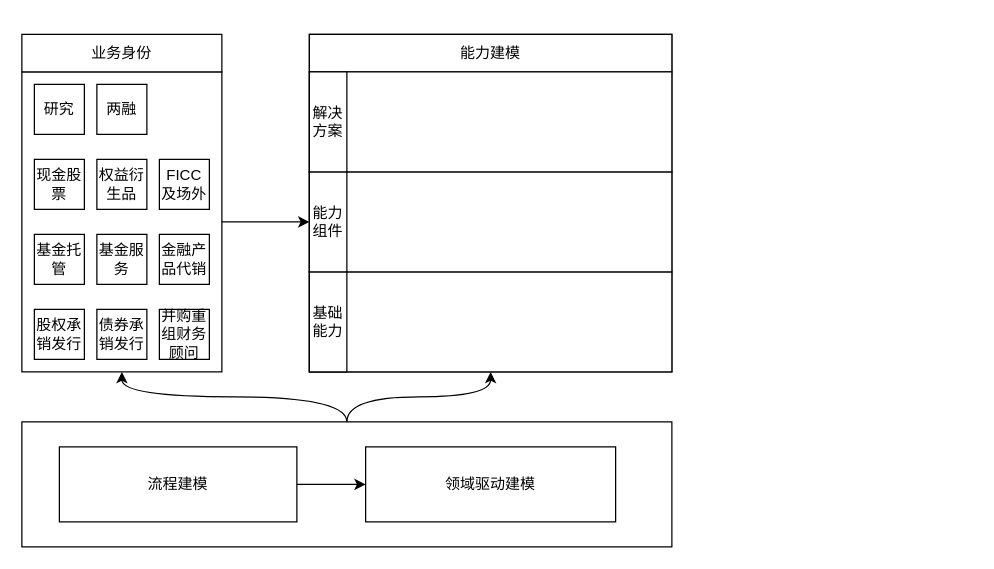
Earlier version of the draw.io diagram 机构业务MEAF全图.drawio (JJFatherL/shuzhuantu). Source tidied: cells renumbered, new cells numbered last; positions are measured from the earlier drawing's top-left corner, leaving out a move shared by most shapes. Both pictures are drawn from the tidied source at 125%, with x=0, y=0 at pixel (21, 34).
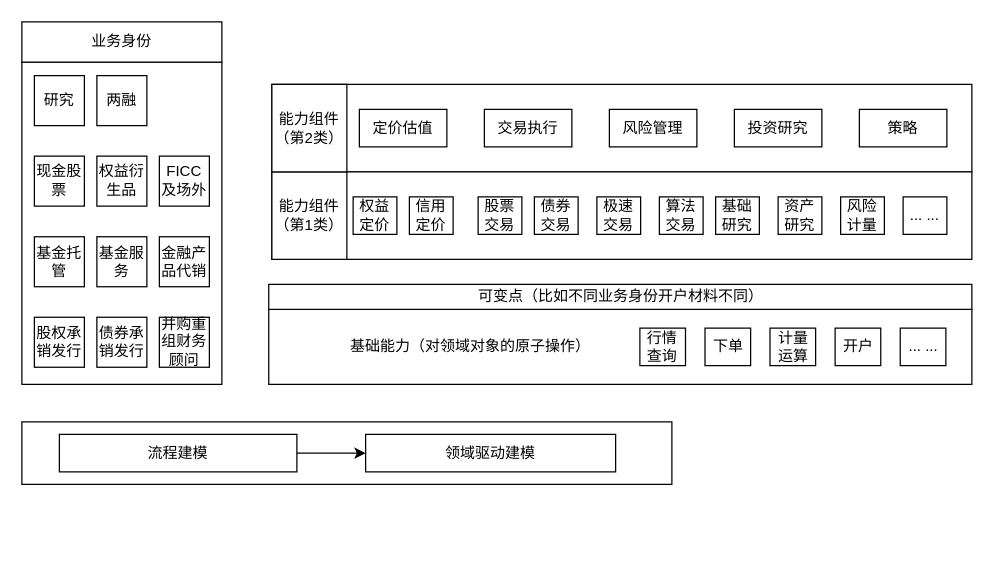
Above is the later version.

Commit message (it also covers changes not shown here):
更新机构业务MEAF全图.drawio

What changed in the source:
```diff
@@
-    <mxCell id="2" style="edgeStyle=orthogonalEdgeStyle;curved=1;rounded=0;jettySize=auto;html=1;exitX=1;exitY=0.5;exitDx=0;exitDy=0;entryX=0;entryY=0.5;entryDx=0;entryDy=0;" parent="1" edge="1" source="3" target="22">
-      <mxGeometry relative="1" as="geometry" />
-    </mxCell>
+    <mxCell id="31" style="rounded=0;whiteSpace=wrap;html=1;" parent="1" vertex="1">
+      <mxGeometry x="200" y="40" width="560" height="70" as="geometry" />
+    </mxCell>
+    <mxCell id="32" style="rounded=0;whiteSpace=wrap;html=1;" parent="1" vertex="1">
+      <mxGeometry x="200" y="110" width="560" height="70" as="geometry" />
+    </mxCell>
+    <mxCell id="24" style="group;" parent="1" vertex="1">
+      <mxGeometry y="310" width="520" height="50" as="geometry" />
+    </mxCell>
+    <mxCell id="25" style="rounded=0;whiteSpace=wrap;html=1;" parent="24" vertex="1">
+      <mxGeometry width="520" height="50" as="geometry" />
+    </mxCell>
+    <mxCell id="26" value="流程建模" style="rounded=0;whiteSpace=wrap;html=1;" parent="24" vertex="1">
+      <mxGeometry x="30" y="10" width="190" height="30" as="geometry" />
+    </mxCell>
+    <mxCell id="27" value="领域驱动建模" style="rounded=0;whiteSpace=wrap;html=1;" parent="24" vertex="1">
+      <mxGeometry x="275" y="10" width="200" height="30" as="geometry" />
+    </mxCell>
+    <mxCell id="28" style="edgeStyle=orthogonalEdgeStyle;curved=1;rounded=0;jettySize=auto;html=1;exitX=1;exitY=0.5;exitDx=0;exitDy=0;entryX=0;entryY=0.5;entryDx=0;entryDy=0;" parent="24" edge="1" source="26" target="27">
+      <mxGeometry relative="1" as="geometry" />
+    </mxCell>
+    <mxCell id="33" value="定价估值" style="rounded=0;whiteSpace=wrap;html=1;" parent="1" vertex="1">
+      <mxGeometry x="270" y="60" width="70" height="30" as="geometry" />
+    </mxCell>
+    <mxCell id="34" value="交易执行" style="rounded=0;whiteSpace=wrap;html=1;" parent="1" vertex="1">
+      <mxGeometry x="370" y="60" width="70" height="30" as="geometry" />
+    </mxCell>
+    <mxCell id="35" value="风险管理" style="rounded=0;whiteSpace=wrap;html=1;" parent="1" vertex="1">
+      <mxGeometry x="470" y="60" width="70" height="30" as="geometry" />
+    </mxCell>
+    <mxCell id="36" value="投资研究" style="rounded=0;whiteSpace=wrap;html=1;" parent="1" vertex="1">
+      <mxGeometry x="570" y="60" width="70" height="30" as="geometry" />
+    </mxCell>
+    <mxCell id="37" value="权益定价" style="rounded=0;whiteSpace=wrap;html=1;" parent="1" vertex="1">
+      <mxGeometry x="265" y="130" width="35" height="30" as="geometry" />
+    </mxCell>
+    <mxCell id="38" value="信用定价" style="rounded=0;whiteSpace=wrap;html=1;" parent="1" vertex="1">
+      <mxGeometry x="310" y="130" width="35" height="30" as="geometry" />
+    </mxCell>
+    <mxCell id="39" value="股票交易" style="rounded=0;whiteSpace=wrap;html=1;" parent="1" vertex="1">
+      <mxGeometry x="365" y="130" width="35" height="30" as="geometry" />
+    </mxCell>
+    <mxCell id="40" value="债券交易" style="rounded=0;whiteSpace=wrap;html=1;" parent="1" vertex="1">
+      <mxGeometry x="410" y="130" width="35" height="30" as="geometry" />
+    </mxCell>
+    <mxCell id="41" value="极速交易" style="rounded=0;whiteSpace=wrap;html=1;" parent="1" vertex="1">
+      <mxGeometry x="460" y="130" width="35" height="30" as="geometry" />
+    </mxCell>
+    <mxCell id="42" value="算法交易" style="rounded=0;whiteSpace=wrap;html=1;" parent="1" vertex="1">
+      <mxGeometry x="510" y="130" width="35" height="30" as="geometry" />
+    </mxCell>
+    <mxCell id="43" value="策略" style="rounded=0;whiteSpace=wrap;html=1;" parent="1" vertex="1">
+      <mxGeometry x="670" y="60" width="70" height="30" as="geometry" />
+    </mxCell>
+    <mxCell id="44" value="基础研究" style="rounded=0;whiteSpace=wrap;html=1;" parent="1" vertex="1">
+      <mxGeometry x="555" y="130" width="35" height="30" as="geometry" />
+    </mxCell>
+    <mxCell id="45" value="资产研究" style="rounded=0;whiteSpace=wrap;html=1;" parent="1" vertex="1">
+      <mxGeometry x="605" y="130" width="35" height="30" as="geometry" />
+    </mxCell>
+    <mxCell id="46" value="风险计量" style="rounded=0;whiteSpace=wrap;html=1;" parent="1" vertex="1">
+      <mxGeometry x="655" y="130" width="35" height="30" as="geometry" />
+    </mxCell>
+    <mxCell id="47" value="... ..." style="rounded=0;whiteSpace=wrap;html=1;" parent="1" vertex="1">
+      <mxGeometry x="705" y="130" width="35" height="30" as="geometry" />
+    </mxCell>
+    <mxCell id="48" style="group;" parent="1" vertex="1">
+      <mxGeometry x="197.5" y="220" width="562.5" height="60" as="geometry" />
+    </mxCell>
+    <mxCell id="49" style="rounded=0;whiteSpace=wrap;html=1;" parent="48" vertex="1">
+      <mxGeometry width="562.5" height="60" as="geometry" />
+    </mxCell>
+    <mxCell id="50" value="行情查询" style="rounded=0;whiteSpace=wrap;html=1;" parent="48" vertex="1">
+      <mxGeometry x="296.9" y="15" width="36.5" height="30" as="geometry" />
+    </mxCell>
+    <mxCell id="51" value="下单" style="rounded=0;whiteSpace=wrap;html=1;" parent="48" vertex="1">
+      <mxGeometry x="349" y="15" width="36.5" height="30" as="geometry" />
+    </mxCell>
+    <mxCell id="52" value="计量运算" style="rounded=0;whiteSpace=wrap;html=1;" parent="48" vertex="1">
+      <mxGeometry x="401" y="15" width="36.5" height="30" as="geometry" />
+    </mxCell>
+    <mxCell id="53" value="... ..." style="rounded=0;whiteSpace=wrap;html=1;" parent="48" vertex="1">
+      <mxGeometry x="505.2" y="15" width="36.5" height="30" as="geometry" />
+    </mxCell>
+    <mxCell id="54" value="开户" style="rounded=0;whiteSpace=wrap;html=1;" parent="48" vertex="1">
+      <mxGeometry x="453.1" y="15" width="36.5" height="30" as="geometry" />
+    </mxCell>
+    <mxCell id="55" value="基础能力（对领域对象的原子操作）" style="text;html=1;strokeColor=none;fillColor=none;align=center;verticalAlign=middle;whiteSpace=wrap;rounded=0;" parent="48" vertex="1">
+      <mxGeometry x="41.7" y="15" width="239.6" height="30" as="geometry" />
+    </mxCell>
+    <mxCell id="56" value="能力组件（第1类）" style="rounded=0;whiteSpace=wrap;html=1;" parent="1" vertex="1">
+      <mxGeometry x="200" y="110" width="60" height="70" as="geometry" />
+    </mxCell>
+    <mxCell id="57" value="能力组件（第2类）" style="rounded=0;whiteSpace=wrap;html=1;" parent="1" vertex="1">
+      <mxGeometry x="200" y="40" width="60" height="70" as="geometry" />
+    </mxCell>
+    <mxCell id="58" value="可变点（比如不同业务身份开户材料不同）" style="rounded=0;whiteSpace=wrap;html=1;" parent="1" vertex="1">
+      <mxGeometry x="197.5" y="200" width="562.5" height="20" as="geometry" />
+    </mxCell>
+    <mxCell id="59" style="group;" parent="1" vertex="1">
+      <mxGeometry y="-10" width="160" height="290" as="geometry" />
+    </mxCell>
-    <mxCell id="3" style="rounded=0;whiteSpace=wrap;html=1;" parent="1" vertex="1">
-      <mxGeometry y="30" width="160" height="240" as="geometry" />
+    <mxCell id="3" style="rounded=0;whiteSpace=wrap;html=1;" parent="59" vertex="1">
+      <mxGeometry y="32.2" width="160" height="257.8" as="geometry" />
     </mxCell>
-    <mxCell id="4" value="研究" style="whiteSpace=wrap;html=1;" parent="1" vertex="1">
-      <mxGeometry x="10" y="40" width="40" height="40" as="geometry" />
+    <mxCell id="4" value="研究" style="whiteSpace=wrap;html=1;" parent="59" vertex="1">
+      <mxGeometry x="10" y="43" width="40" height="40" as="geometry" />
     </mxCell>
-    <mxCell id="5" value="两融" style="whiteSpace=wrap;html=1;" parent="1" vertex="1">
-      <mxGeometry x="60" y="40" width="40" height="40" as="geometry" />
+    <mxCell id="5" value="两融" style="whiteSpace=wrap;html=1;" parent="59" vertex="1">
+      <mxGeometry x="60" y="43" width="40" height="40" as="geometry" />
     </mxCell>
-    <mxCell id="6" value="现金股票" style="whiteSpace=wrap;html=1;" parent="1" vertex="1">
-      <mxGeometry x="10" y="100" width="40" height="40" as="geometry" />
+    <mxCell id="6" value="现金股票" style="whiteSpace=wrap;html=1;" parent="59" vertex="1">
+      <mxGeometry x="10" y="107.4" width="40" height="40" as="geometry" />
     </mxCell>
-    <mxCell id="7" value="权益衍生品" style="whiteSpace=wrap;html=1;" parent="1" vertex="1">
-      <mxGeometry x="60" y="100" width="40" height="40" as="geometry" />
+    <mxCell id="7" value="权益衍生品" style="whiteSpace=wrap;html=1;" parent="59" vertex="1">
+      <mxGeometry x="60" y="107.4" width="40" height="40" as="geometry" />
     </mxCell>
-    <mxCell id="8" value="FICC及场外" style="whiteSpace=wrap;html=1;" parent="1" vertex="1">
-      <mxGeometry x="110" y="100" width="40" height="40" as="geometry" />
+    <mxCell id="8" value="FICC及场外" style="whiteSpace=wrap;html=1;" parent="59" vertex="1">
+      <mxGeometry x="110" y="107.4" width="40" height="40" as="geometry" />
     </mxCell>
-    <mxCell id="9" value="基金托管" style="whiteSpace=wrap;html=1;" parent="1" vertex="1">
-      <mxGeometry x="10" y="160" width="40" height="40" as="geometry" />
+    <mxCell id="9" value="基金托管" style="whiteSpace=wrap;html=1;" parent="59" vertex="1">
+      <mxGeometry x="10" y="171.9" width="40" height="40" as="geometry" />
     </mxCell>
-    <mxCell id="10" value="基金服务" style="whiteSpace=wrap;html=1;" parent="1" vertex="1">
-      <mxGeometry x="60" y="160" width="40" height="40" as="geometry" />
+    <mxCell id="10" value="基金服务" style="whiteSpace=wrap;html=1;" parent="59" vertex="1">
+      <mxGeometry x="60" y="171.9" width="40" height="40" as="geometry" />
     </mxCell>
-    <mxCell id="11" value="金融产品代销" style="whiteSpace=wrap;html=1;" parent="1" vertex="1">
-      <mxGeometry x="110" y="160" width="40" height="40" as="geometry" />
+    <mxCell id="11" value="金融产品代销" style="whiteSpace=wrap;html=1;" parent="59" vertex="1">
+      <mxGeometry x="110" y="171.9" width="40" height="40" as="geometry" />
     </mxCell>
-    <mxCell id="12" value="股权承销发行" style="whiteSpace=wrap;html=1;" parent="1" vertex="1">
-      <mxGeometry x="10" y="220" width="40" height="40" as="geometry" />
+    <mxCell id="12" value="股权承销发行" style="whiteSpace=wrap;html=1;" parent="59" vertex="1">
+      <mxGeometry x="10" y="236.3" width="40" height="40" as="geometry" />
     </mxCell>
-    <mxCell id="13" value="债券承销发行" style="whiteSpace=wrap;html=1;" parent="1" vertex="1">
-      <mxGeometry x="60" y="220" width="40" height="40" as="geometry" />
+    <mxCell id="13" value="债券承销发行" style="whiteSpace=wrap;html=1;" parent="59" vertex="1">
+      <mxGeometry x="60" y="236.3" width="40" height="40" as="geometry" />
     </mxCell>
-    <mxCell id="14" value="并购重组财务顾问" style="whiteSpace=wrap;html=1;" parent="1" vertex="1">
-      <mxGeometry x="110" y="220" width="40" height="40" as="geometry" />
+    <mxCell id="14" value="并购重组财务顾问" style="whiteSpace=wrap;html=1;" parent="59" vertex="1">
+      <mxGeometry x="110" y="236.3" width="40" height="40" as="geometry" />
     </mxCell>
-    <mxCell id="15" value="业务身份" style="rounded=0;whiteSpace=wrap;html=1;" parent="1" vertex="1">
-      <mxGeometry width="160" height="30" as="geometry" />
+    <mxCell id="15" value="业务身份" style="rounded=0;whiteSpace=wrap;html=1;" parent="59" vertex="1">
+      <mxGeometry width="160" height="32.2" as="geometry" />
     </mxCell>
-    <mxCell id="16" style="rounded=0;whiteSpace=wrap;html=1;" parent="1" vertex="1">
-      <mxGeometry x="230" width="290" height="270" as="geometry" />
-    </mxCell>
-    <mxCell id="17" value="能力建模" style="rounded=0;whiteSpace=wrap;html=1;" parent="1" vertex="1">
-      <mxGeometry x="230" width="290" height="30" as="geometry" />
-    </mxCell>
-    <mxCell id="18" style="rounded=0;whiteSpace=wrap;html=1;" parent="1" vertex="1">
-      <mxGeometry x="230" y="190" width="290" height="80" as="geometry" />
-    </mxCell>
-    <mxCell id="19" style="rounded=0;whiteSpace=wrap;html=1;" parent="1" vertex="1">
-      <mxGeometry x="230" y="110" width="290" height="80" as="geometry" />
-    </mxCell>
-    <mxCell id="20" style="rounded=0;whiteSpace=wrap;html=1;" parent="1" vertex="1">
-      <mxGeometry x="230" y="30" width="290" height="80" as="geometry" />
-    </mxCell>
-    <mxCell id="21" value="基础能力" style="rounded=0;whiteSpace=wrap;html=1;" parent="1" vertex="1">
-      <mxGeometry x="230" y="190" width="30" height="80" as="geometry" />
-    </mxCell>
-    <mxCell id="22" value="能力组件" style="rounded=0;whiteSpace=wrap;html=1;" parent="1" vertex="1">
-      <mxGeometry x="230" y="110" width="30" height="80" as="geometry" />
-    </mxCell>
-    <mxCell id="23" value="解决方案" style="rounded=0;whiteSpace=wrap;html=1;" parent="1" vertex="1">
-      <mxGeometry x="230" y="30" width="30" height="80" as="geometry" />
-    </mxCell>
-    <mxCell id="24" style="group;" parent="1" vertex="1">
-      <mxGeometry y="310" width="520" height="100" as="geometry" />
-    </mxCell>
-    <mxCell id="25" style="rounded=0;whiteSpace=wrap;html=1;" parent="24" vertex="1">
-      <mxGeometry width="520" height="100" as="geometry" />
-    </mxCell>
-    <mxCell id="26" value="流程建模" style="rounded=0;whiteSpace=wrap;html=1;" parent="24" vertex="1">
-      <mxGeometry x="30" y="20" width="190" height="60" as="geometry" />
-    </mxCell>
-    <mxCell id="27" value="领域驱动建模" style="rounded=0;whiteSpace=wrap;html=1;" parent="24" vertex="1">
-      <mxGeometry x="275" y="20" width="200" height="60" as="geometry" />
-    </mxCell>
-    <mxCell id="28" style="edgeStyle=orthogonalEdgeStyle;curved=1;rounded=0;jettySize=auto;html=1;exitX=1;exitY=0.5;exitDx=0;exitDy=0;entryX=0;entryY=0.5;entryDx=0;entryDy=0;" parent="24" edge="1" source="26" target="27">
-      <mxGeometry relative="1" as="geometry" />
-    </mxCell>
-    <mxCell id="29" style="edgeStyle=orthogonalEdgeStyle;curved=1;rounded=0;jettySize=auto;html=1;exitX=0.5;exitY=0;exitDx=0;exitDy=0;entryX=0.5;entryY=1;entryDx=0;entryDy=0;" parent="1" edge="1" source="25" target="3">
-      <mxGeometry relative="1" as="geometry" />
-    </mxCell>
-    <mxCell id="30" style="edgeStyle=orthogonalEdgeStyle;curved=1;rounded=0;jettySize=auto;html=1;exitX=0.5;exitY=0;exitDx=0;exitDy=0;entryX=0.5;entryY=1;entryDx=0;entryDy=0;" parent="1" edge="1" source="25" target="18">
-      <mxGeometry relative="1" as="geometry" />
-    </mxCell>
```
